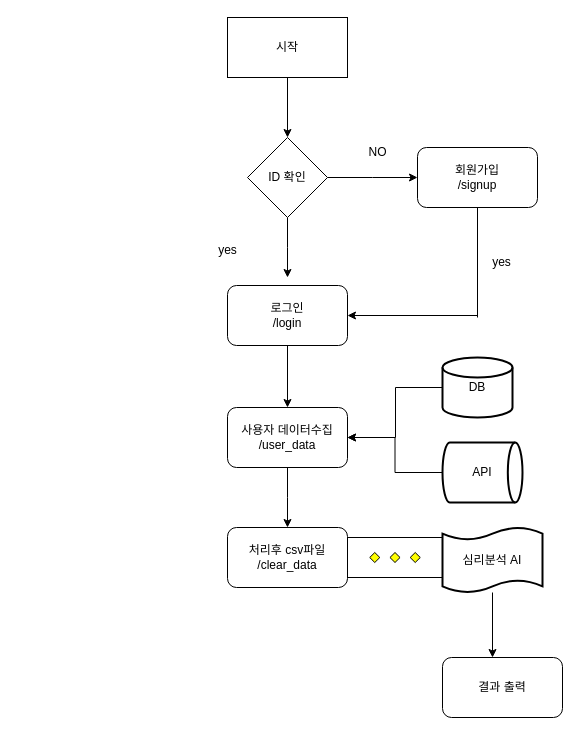
Above: kb_flowchart.drawio in Junhyeong1107/Architect (draw.io), before the change. Source tidied: cells renumbered, new cells numbered last; positions are measured from the earlier drawing's top-left corner, leaving out a move shared by most shapes. Both pictures are drawn from the tidied source at 100%, with x=0, y=0 at pixel (207, 17).
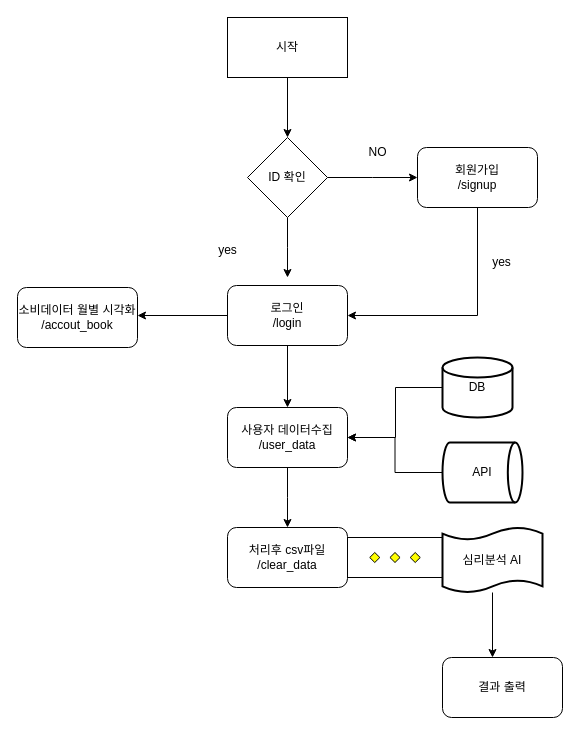
The same page after the edit.

The change refers to these unchanged cells:
```xml
<mxCell id="8" value="회원가입&lt;div&gt;/signup&lt;/div&gt;" style="rounded=1;whiteSpace=wrap;html=1;" parent="1" vertex="1">
  <mxGeometry x="210" y="130" width="120" height="60" as="geometry" />
</mxCell>
<mxCell id="11" value="로그인&lt;div&gt;/login&lt;/div&gt;" style="rounded=1;whiteSpace=wrap;html=1;" parent="1" vertex="1">
  <mxGeometry x="20" y="268" width="120" height="60" as="geometry" />
</mxCell>
```

The edit, as a diff of the source:
```diff
@@
+    <mxCell id="26" style="edgeStyle=orthogonalEdgeStyle;rounded=0;jettySize=auto;html=1;exitX=0;exitY=0.5;exitDx=0;exitDy=0;" parent="1" edge="1" source="11">
+      <mxGeometry relative="1" as="geometry">
+        <mxPoint x="-70" y="298" as="targetPoint" />
+      </mxGeometry>
+    </mxCell>
@@
-    <mxCell id="12" style="endArrow=none;html=1;rounded=0;entryX=0.5;entryY=1;entryDx=0;entryDy=0;" parent="1" edge="1" target="8">
-      <mxGeometry relative="1" as="geometry">
-        <mxPoint x="270" y="300" as="sourcePoint" />
-      </mxGeometry>
-    </mxCell>
-    <mxCell id="13" style="endArrow=classic;html=1;rounded=0;entryX=1;entryY=0.5;entryDx=0;entryDy=0;" parent="1" edge="1" target="11">
+    <mxCell id="13" style="endArrow=classic;html=1;rounded=0;entryX=1;entryY=0.5;entryDx=0;entryDy=0;exitX=0.5;exitY=1;exitDx=0;exitDy=0;" parent="1" edge="1" source="8" target="11">
       <mxGeometry relative="1" as="geometry">
-        <mxPoint x="270" y="298" as="sourcePoint" />
+        <Array as="points">
+          <mxPoint x="270" y="298" />
+        </Array>
       </mxGeometry>
     </mxCell>
@@
+    <mxCell id="27" value="소비데이터 월별 시각화&lt;div&gt;/accout_book&lt;/div&gt;" style="rounded=1;whiteSpace=wrap;html=1;" parent="1" vertex="1">
+      <mxGeometry x="-190" y="270" width="120" height="60" as="geometry" />
+    </mxCell>
```
